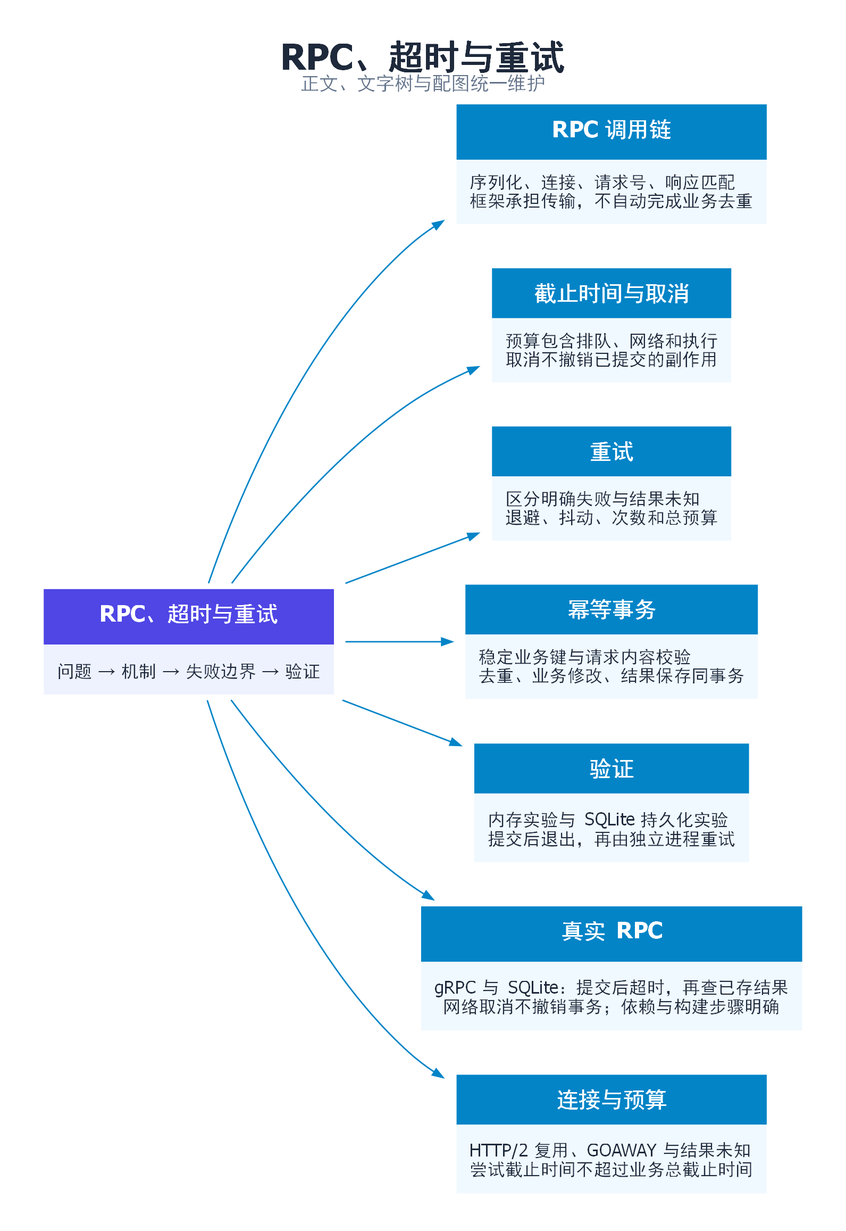
Above: 分布式系统/images/topic-04-mindmap.png in zingerWang/Jobs (Graphviz), before the change. Its source is kept beside it as 分布式系统/images/topic-04-mindmap.dot.
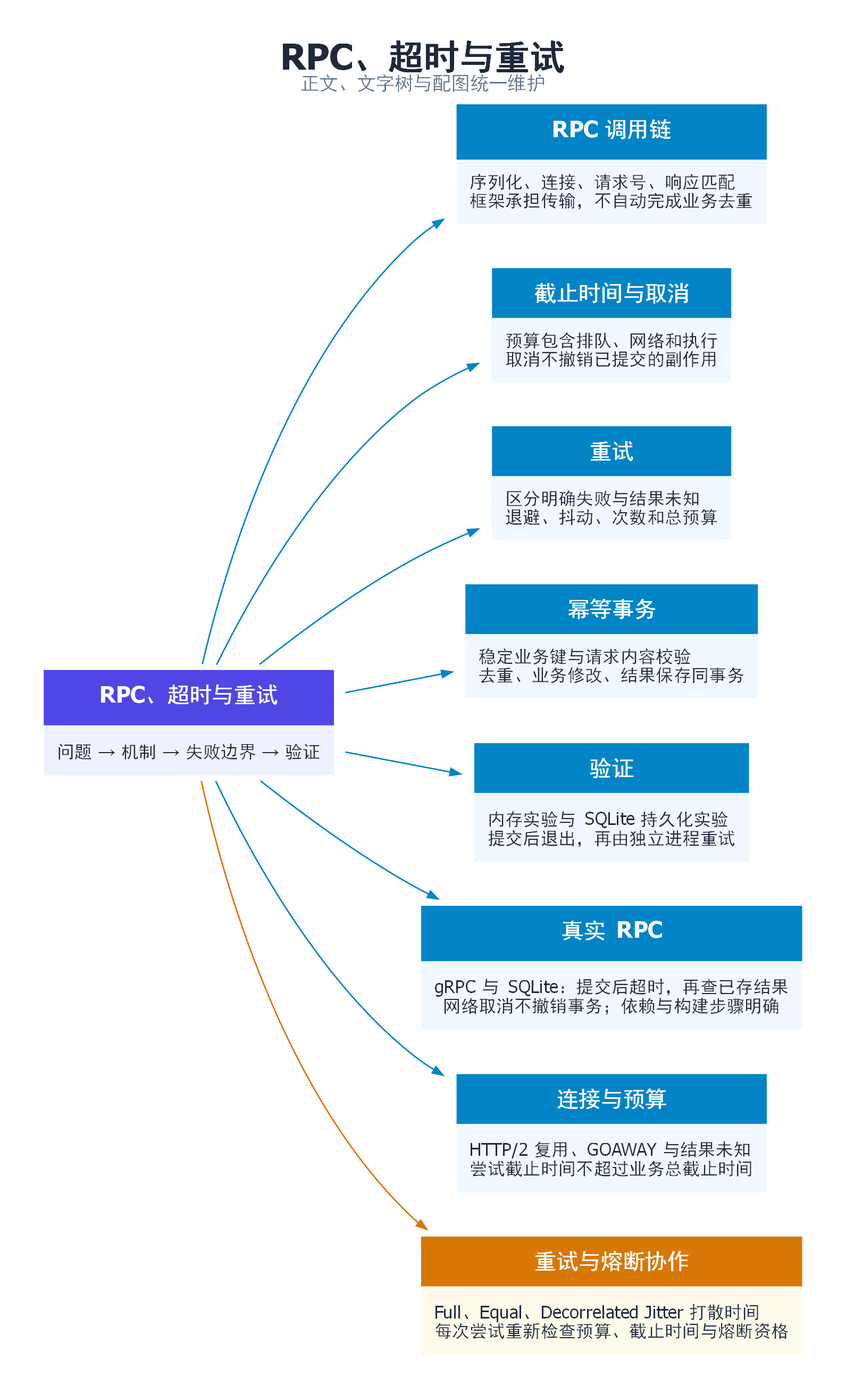
The same file after the commit.

Change to the diagram source:
```diff
@@ -17,4 +17,6 @@
 root -> n4;
 root -> n5;
 root -> n6;
+engineering [label=<<TABLE BORDER="0" CELLBORDER="0" CELLSPACING="0" CELLPADDING="9"><TR><TD BGCOLOR="#D97706"><FONT COLOR="white" POINT-SIZE="15"><B>重试与熔断协作</B></FONT></TD></TR><TR><TD BGCOLOR="#FFFBEB" ALIGN="LEFT"><FONT COLOR="#1E293B" POINT-SIZE="12">Full、Equal、Decorrelated Jitter 打散时间<BR ALIGN="LEFT"/>每次尝试重新检查预算、截止时间与熔断资格</FONT></TD></TR></TABLE>>];
+root -> engineering [color="#D97706",fontcolor="#D97706"];
 }
```
